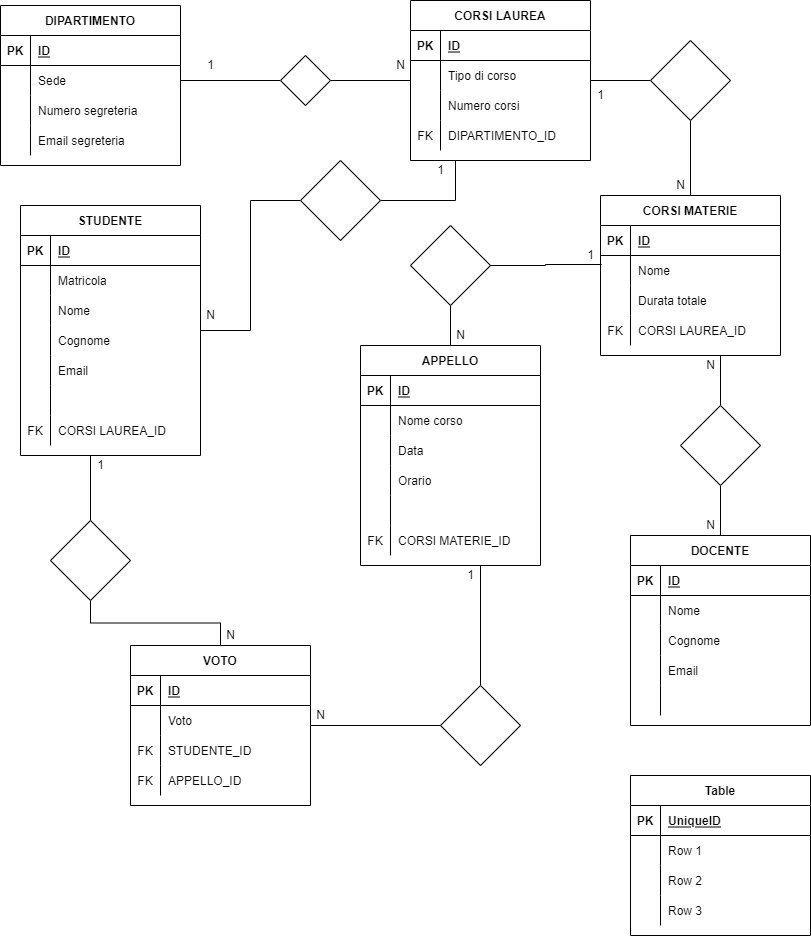
Before: sql/Untitled Diagram.drawio.png, a diagram exported from draw.io (SergioMinissale/db-university). Source tidied: cells renumbered, new cells last; positions are measured from the earlier drawing's top-left corner, leaving out a move shared by most shapes.
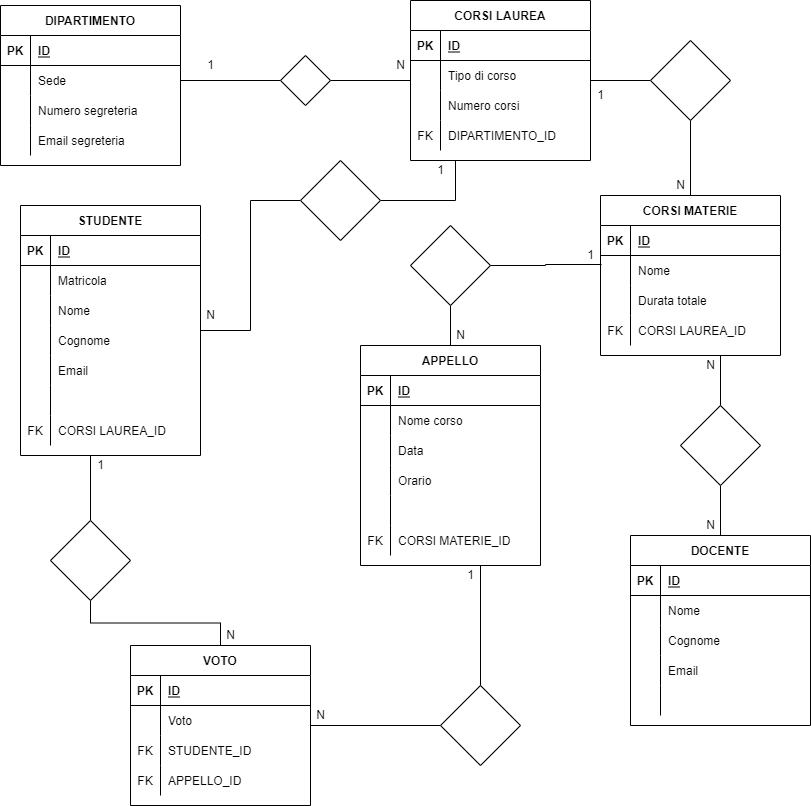
Above is the later version.

Commit message:
inizio parte dati

Diff of the diagram source:
```diff
@@ -444,44 +444,5 @@
     <mxCell id="145" value="1" style="text;html=1;align=center;verticalAlign=middle;strokeColor=none;fillColor=none;" parent="1" vertex="1">
       <mxGeometry x="90" y="455" width="20" height="20" as="geometry" />
     </mxCell>
-    <mxCell id="146" value="Table" style="shape=table;startSize=30;rowLines=0;fontStyle=1;align=center;" parent="1" vertex="1">
-      <mxGeometry x="630" y="775" width="180" height="160" as="geometry" />
-    </mxCell>
-    <mxCell id="147" style="shape=partialRectangle;fillColor=none;top=0;left=0;bottom=1;right=0;" parent="146" vertex="1">
-      <mxGeometry y="30" width="180" height="30" as="geometry" />
-    </mxCell>
-    <mxCell id="148" value="PK" style="shape=partialRectangle;fillColor=none;top=0;left=0;bottom=0;right=0;fontStyle=1;overflow=hidden;" parent="147" vertex="1">
-      <mxGeometry width="30" height="30" as="geometry" />
-    </mxCell>
-    <mxCell id="149" value="UniqueID" style="shape=partialRectangle;fillColor=none;top=0;left=0;bottom=0;right=0;align=left;spacingLeft=6;fontStyle=5;overflow=hidden;" parent="147" vertex="1">
-      <mxGeometry x="30" width="150" height="30" as="geometry" />
-    </mxCell>
-    <mxCell id="150" style="shape=partialRectangle;fillColor=none;top=0;left=0;bottom=0;right=0;" parent="146" vertex="1">
-      <mxGeometry y="60" width="180" height="30" as="geometry" />
-    </mxCell>
-    <mxCell id="151" style="shape=partialRectangle;fillColor=none;top=0;left=0;bottom=0;right=0;overflow=hidden;" parent="150" vertex="1">
-      <mxGeometry width="30" height="30" as="geometry" />
-    </mxCell>
-    <mxCell id="152" value="Row 1" style="shape=partialRectangle;fillColor=none;top=0;left=0;bottom=0;right=0;align=left;spacingLeft=6;overflow=hidden;" parent="150" vertex="1">
-      <mxGeometry x="30" width="150" height="30" as="geometry" />
-    </mxCell>
-    <mxCell id="153" style="shape=partialRectangle;fillColor=none;top=0;left=0;bottom=0;right=0;" parent="146" vertex="1">
-      <mxGeometry y="90" width="180" height="30" as="geometry" />
-    </mxCell>
-    <mxCell id="154" style="shape=partialRectangle;fillColor=none;top=0;left=0;bottom=0;right=0;overflow=hidden;" parent="153" vertex="1">
-      <mxGeometry width="30" height="30" as="geometry" />
-    </mxCell>
-    <mxCell id="155" value="Row 2" style="shape=partialRectangle;fillColor=none;top=0;left=0;bottom=0;right=0;align=left;spacingLeft=6;overflow=hidden;" parent="153" vertex="1">
-      <mxGeometry x="30" width="150" height="30" as="geometry" />
-    </mxCell>
-    <mxCell id="156" style="shape=partialRectangle;fillColor=none;top=0;left=0;bottom=0;right=0;" parent="146" vertex="1">
-      <mxGeometry y="120" width="180" height="30" as="geometry" />
-    </mxCell>
-    <mxCell id="157" style="shape=partialRectangle;fillColor=none;top=0;left=0;bottom=0;right=0;overflow=hidden;" parent="156" vertex="1">
-      <mxGeometry width="30" height="30" as="geometry" />
-    </mxCell>
-    <mxCell id="158" value="Row 3" style="shape=partialRectangle;fillColor=none;top=0;left=0;bottom=0;right=0;align=left;spacingLeft=6;overflow=hidden;" parent="156" vertex="1">
-      <mxGeometry x="30" width="150" height="30" as="geometry" />
-    </mxCell>
   </root>
 </mxGraphModel>
```
